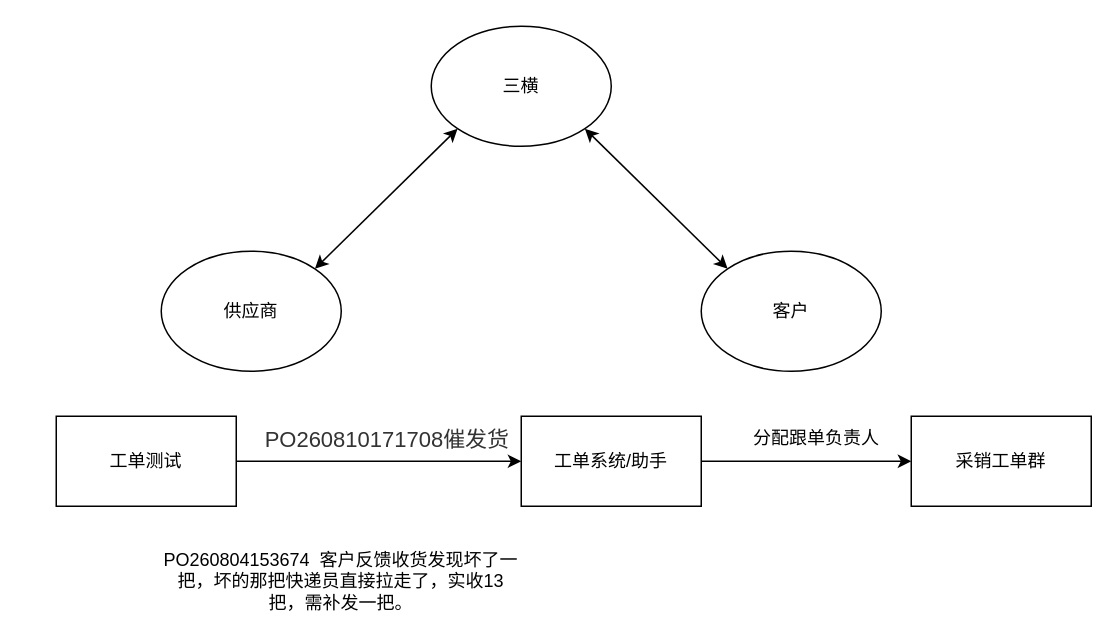
China-li-bai/draw keeps this draw.io diagram as page "第 2 页" (2 of 2) of 工单流程和架构.drawio. Above is the earlier version. Source tidied: cells renumbered, new cells numbered last; positions are measured from the earlier drawing's top-left corner, leaving out a move shared by most shapes. Both pictures are drawn from the tidied source at 150%, with x=0, y=0 at pixel (56, 26).
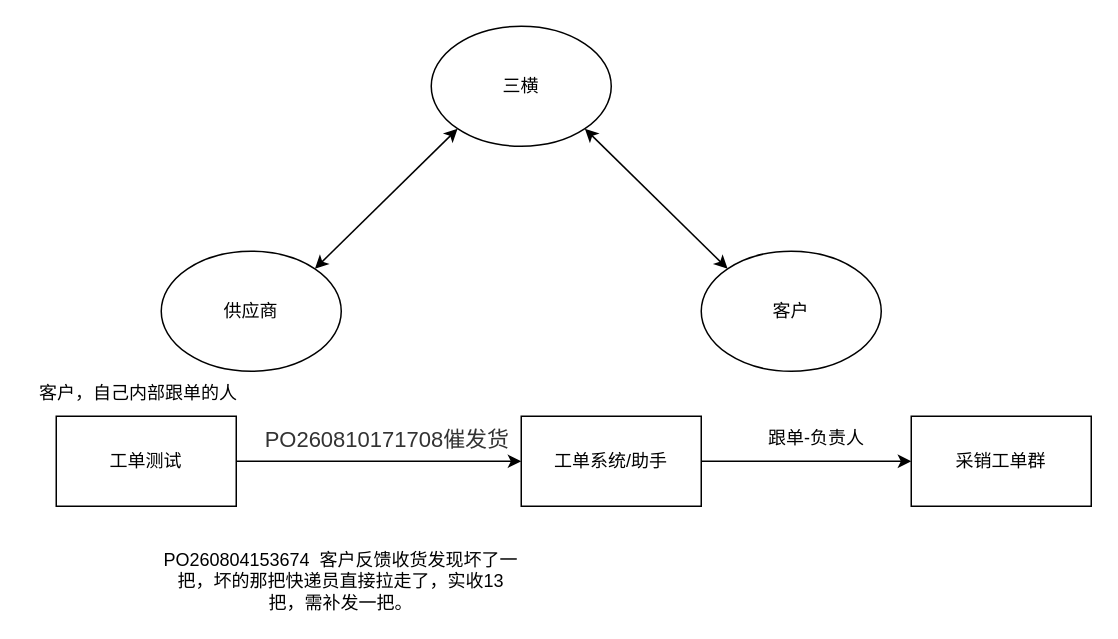
The same page after the edit.

Commit message:
更新工单流程和架构.drawio

What changed in the source:
```diff
@@
 <mxGraphModel>
   <root>
     <mxCell id="0" />
     <mxCell id="1" parent="0" />
     <mxCell id="2" style="rounded=0;jettySize=auto;html=1;exitX=1;exitY=1;exitDx=0;exitDy=0;entryX=0;entryY=0;entryDx=0;entryDy=0;startArrow=classic;startFill=1;" parent="1" edge="1" source="4" target="6">
       <mxGeometry relative="1" as="geometry" />
     </mxCell>
     <mxCell id="3" style="rounded=0;jettySize=auto;html=1;exitX=0;exitY=1;exitDx=0;exitDy=0;entryX=1;entryY=0;entryDx=0;entryDy=0;startArrow=classic;startFill=1;" parent="1" edge="1" source="4" target="5">
       <mxGeometry relative="1" as="geometry" />
     </mxCell>
     <mxCell id="4" value="三横" style="ellipse;whiteSpace=wrap;html=1;shapeInside=1;" parent="1" vertex="1">
       <mxGeometry x="250" width="120" height="80" as="geometry" />
     </mxCell>
     <mxCell id="5" value="供应商" style="ellipse;whiteSpace=wrap;html=1;shapeInside=1;" parent="1" vertex="1">
       <mxGeometry x="70" y="150" width="120" height="80" as="geometry" />
     </mxCell>
     <mxCell id="6" value="客户" style="ellipse;whiteSpace=wrap;html=1;shapeInside=1;" parent="1" vertex="1">
       <mxGeometry x="430" y="150" width="120" height="80" as="geometry" />
     </mxCell>
     <mxCell id="7" style="edgeStyle=orthogonalEdgeStyle;rounded=0;jettySize=auto;html=1;" parent="1" edge="1" source="8" target="10">
       <mxGeometry relative="1" as="geometry" />
     </mxCell>
     <mxCell id="8" value="工单测试" style="whiteSpace=wrap;html=1;" parent="1" vertex="1">
       <mxGeometry y="260" width="120" height="60" as="geometry" />
     </mxCell>
     <mxCell id="9" style="edgeStyle=orthogonalEdgeStyle;rounded=0;jettySize=auto;html=1;" parent="1" edge="1" source="10" target="12">
       <mxGeometry relative="1" as="geometry" />
     </mxCell>
     <mxCell id="10" value="工单系统/助手" style="whiteSpace=wrap;html=1;" parent="1" vertex="1">
       <mxGeometry x="310" y="260" width="120" height="60" as="geometry" />
     </mxCell>
     <mxCell id="11" value="&lt;div style=&quot;font-size: medium; text-align: start;&quot;&gt;&lt;/div&gt;&lt;div class=&quot;document&quot; style=&quot;font-size: medium; text-align: start;&quot;&gt;&lt;div class=&quot;section&quot;&gt;&lt;p class=&quot;paragraph text-align-type-left&quot; style=&quot;margin: 3pt 0pt; font-family: 等线; font-size: 12pt;&quot;&gt;&lt;span style=&quot;font-size: 11pt; color: rgb(51, 51, 51); letter-spacing: 0pt; vertical-align: baseline;&quot;&gt;PO260810171708催发货&lt;/span&gt;&lt;span style=&quot;white-space: pre; font-size: 11pt; color: rgb(51, 51, 51); letter-spacing: 0pt; vertical-align: baseline;&quot;&gt;  &lt;/span&gt;&lt;span lang=&quot;EN-US&quot; style=&quot;font-size: 11pt; color: rgb(51, 51, 51); letter-spacing: 0pt; vertical-align: baseline;&quot;&gt;&lt;/span&gt;&lt;/p&gt;&lt;/div&gt;&lt;/div&gt;" style="text;html=1;whiteSpace=wrap;strokeColor=none;fillColor=none;align=center;verticalAlign=middle;rounded=0;" parent="1" vertex="1">
       <mxGeometry x="120" y="260" width="210" height="30" as="geometry" />
     </mxCell>
     <mxCell id="12" value="采销工单群" style="whiteSpace=wrap;html=1;" parent="1" vertex="1">
       <mxGeometry x="570" y="260" width="120" height="60" as="geometry" />
     </mxCell>
-    <mxCell id="13" value="分配跟单负责人" style="text;html=1;whiteSpace=wrap;strokeColor=none;fillColor=none;align=center;verticalAlign=middle;rounded=0;" parent="1" vertex="1">
+    <mxCell id="13" value="跟单-负责人" style="text;html=1;whiteSpace=wrap;strokeColor=none;fillColor=none;align=center;verticalAlign=middle;rounded=0;" parent="1" vertex="1">
       <mxGeometry x="454" y="260" width="106" height="30" as="geometry" />
     </mxCell>
     <mxCell id="14" value="PO260804153674&amp;nbsp; 客户反馈收货发现坏了一把，坏的那把快递员直接拉走了，实收13把，需补发一把。" style="text;html=1;whiteSpace=wrap;strokeColor=none;fillColor=none;align=center;verticalAlign=middle;rounded=0;" parent="1" vertex="1">
       <mxGeometry x="70" y="350" width="240" height="40" as="geometry" />
     </mxCell>
+    <mxCell id="15" value="客户，自己内部跟单的人" style="text;html=1;whiteSpace=wrap;strokeColor=none;fillColor=none;align=center;verticalAlign=middle;rounded=0;" parent="1" vertex="1">
+      <mxGeometry x="-20" y="230" width="150" height="30" as="geometry" />
+    </mxCell>
   </root>
 </mxGraphModel>
```
